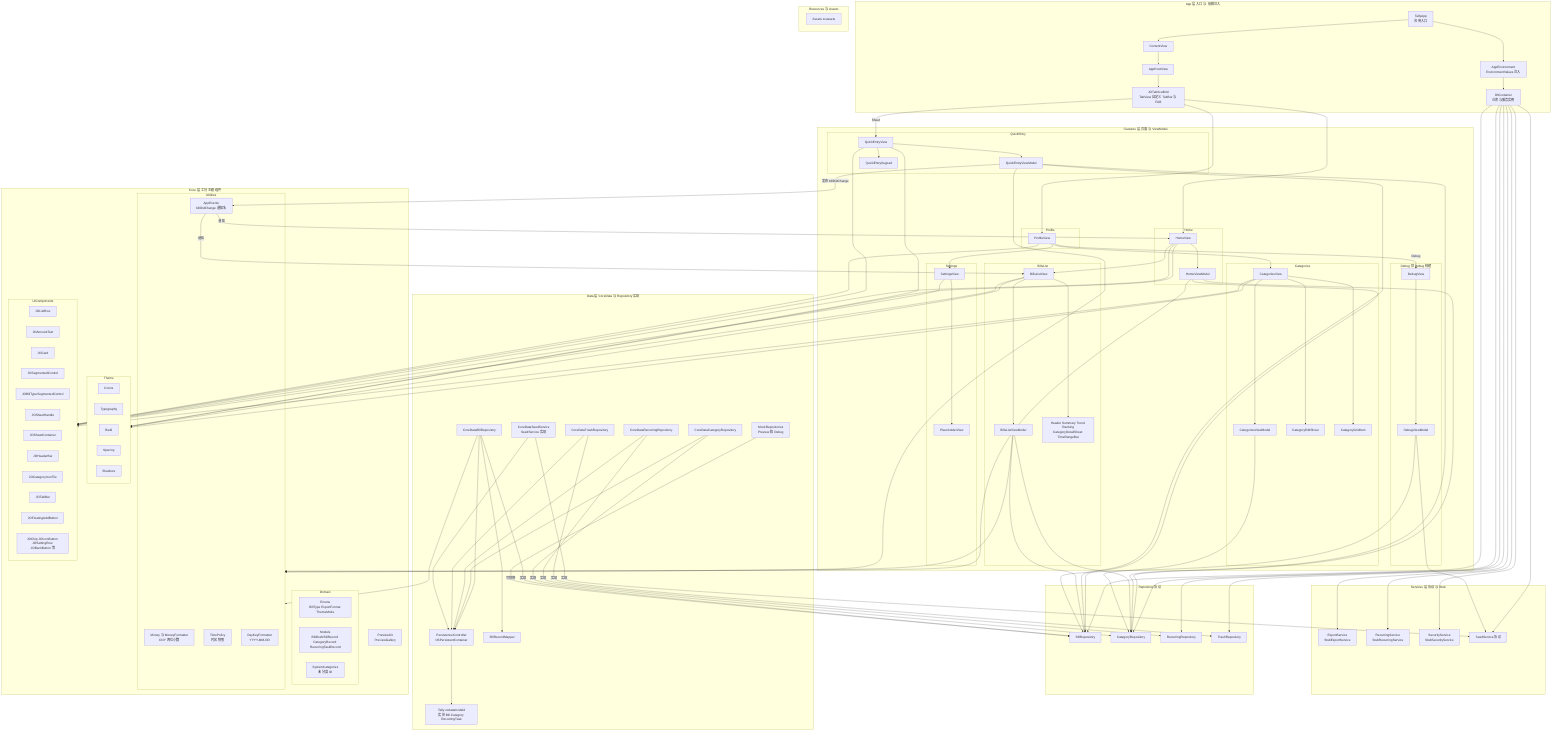
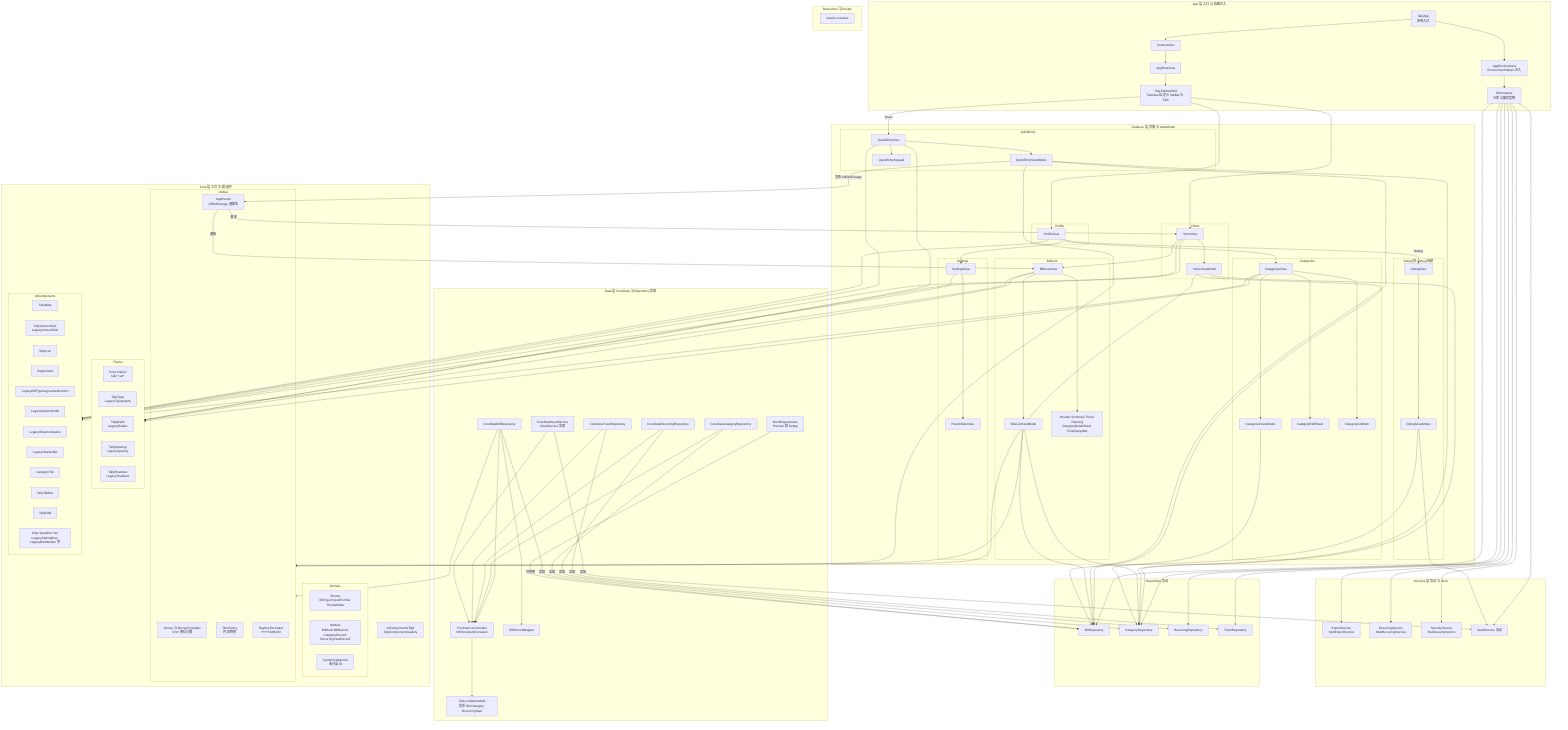
flowchart TB
  %% App 层
  subgraph AppLayer["App 层 入口 与 依赖注入"]
    App_TallyApp["TallyApp<br/>应用入口"]
    App_ContentView["ContentView"]
    App_AppRoot["AppRootView"]
-     App_TabScaffold["JOTabScaffold<br/>TabView 自定义 TabBar 与 FAB"]
+     App_TabScaffold["TallyTabScaffold<br/>TabView 自定义 TabBar 与 FAB"]
    App_AppEnv["AppEnvironment<br/>EnvironmentValues 注入"]
    App_DI["DIContainer<br/>仓库与服务实例"]
  end

  App_TallyApp --> App_ContentView --> App_AppRoot --> App_TabScaffold
  App_TallyApp --> App_AppEnv --> App_DI

  %% Features 层
  subgraph FeaturesLayer["Features 层 页面 与 ViewModel"]
    subgraph FeatureHome["Home"]
      Home_View["HomeView"]
      Home_VM["HomeViewModel"]
    end

    subgraph FeatureQuickEntry["QuickEntry"]
      QE_View["QuickEntryView"]
      QE_VM["QuickEntryViewModel"]
      QE_Keypad["QuickEntryKeypad"]
    end

    subgraph FeatureBillsList["BillsList"]
      BL_View["BillsListView"]
      BL_VM["BillsListViewModel"]
      BL_SubViews["Header Summary Trend Ranking<br/>CategoryDetailSheet TimeRangeBar"]
    end

    subgraph FeatureCategories["Categories"]
      Cat_View["CategoriesView"]
      Cat_VM["CategoriesViewModel"]
      Cat_Edit["CategoryEditSheet"]
      Cat_Grid["CategoryGridItem"]
    end

    subgraph FeatureProfile["Profile"]
      Profile_View["ProfileView"]
    end

    subgraph FeatureSettings["Settings"]
      Settings_View["SettingsView"]
      Placeholder_View["PlaceholderView"]
    end

    subgraph FeatureDebug["Debug 仅 Debug 构建"]
      Debug_View["DebugView"]
      Debug_VM["DebugViewModel"]
    end
  end

  %% 导航与 UI 流程
  App_TabScaffold --> Home_View
  App_TabScaffold --> Profile_View
  App_TabScaffold -->|Sheet| QE_View
  Home_View --> BL_View
  Profile_View --> Cat_View
  Profile_View --> Settings_View
  Settings_View --> Placeholder_View
  Profile_View -->|Debug| Debug_View

  Home_View --> Home_VM
  QE_View --> QE_VM
  QE_View --> QE_Keypad
  BL_View --> BL_VM
  BL_View --> BL_SubViews
  Cat_View --> Cat_VM
  Cat_View --> Cat_Edit
  Cat_View --> Cat_Grid
  Debug_View --> Debug_VM

  %% Services 层
  subgraph ServicesLayer["Services 层 协议 与 Stub"]
    S_Export["ExportService<br/>StubExportService"]
    S_Recurring["RecurringService<br/>StubRecurringService"]
    S_Security["SecurityService<br/>StubSecurityService"]
    S_Seed["SeedService 协议"]
  end

  App_DI --> S_Export
  App_DI --> S_Recurring
  App_DI --> S_Security
  App_DI --> S_Seed

  %% Repository 协议
  subgraph RepoProtocols["Repository 协议"]
    R_Bill["BillRepository"]
    R_Category["CategoryRepository"]
    R_Recurring["RecurringRepository"]
    R_Trash["TrashRepository"]
  end

  App_DI --> R_Bill
  App_DI --> R_Category
  App_DI --> R_Recurring
  App_DI --> R_Trash

  %% Data 层
  subgraph DataLayer["Data 层 CoreData 与 Repository 实现"]
    D_Persistence["PersistenceController<br/>NSPersistentContainer"]
    D_Model["Tally xcdatamodeld<br/>实体 Bill Category RecurringTask"]
    D_BillRepo["CoreDataBillRepository"]
    D_CategoryRepo["CoreDataCategoryRepository"]
    D_RecurringRepo["CoreDataRecurringRepository"]
    D_TrashRepo["CoreDataTrashRepository"]
    D_BillMapper["BillRecordMapper"]
    D_SeedImpl["CoreDataSeedService<br/>SeedService 实现"]
    D_MockRepos["MockRepositories<br/>Preview 和 Debug"]
  end

  D_BillRepo -->|实现| R_Bill
  D_CategoryRepo -->|实现| R_Category
  D_RecurringRepo -->|实现| R_Recurring
  D_TrashRepo -->|实现| R_Trash
  D_SeedImpl -->|实现| S_Seed
  D_MockRepos -->|可替换| R_Bill

  D_BillRepo --> D_Persistence
  D_CategoryRepo --> D_Persistence
  D_RecurringRepo --> D_Persistence
  D_TrashRepo --> D_Persistence
  D_Persistence --> D_Model
  D_BillRepo --> D_BillMapper
  D_SeedImpl --> D_Persistence

  %% Core 层
  subgraph CoreLayer["Core 层 工具 主题 组件"]
    subgraph CoreDomain["Domain"]
      C_Enums["Enums<br/>BillType ExportFormat ThemeMode"]
      C_Models["Models<br/>BillDraft BillRecord CategoryRecord RecurringTaskRecord"]
      C_SystemCat["SystemCategories<br/>未分类 ID"]
    end

    subgraph CoreUtilities["Utilities"]
      C_Money["Money 与 MoneyFormatter<br/>CNY 两位小数"]
      C_TimePolicy["TimePolicy<br/>时区快照"]
      C_DayKey["DayKeyFormatter<br/>YYYY-MM-DD"]
      C_AppEvents["AppEvents<br/>billDidChange 通知名"]
    end

    subgraph CoreTheme["Theme"]
-       C_Colors["Colors"]
-       C_Typography["Typography"]
-       C_Radii["Radii"]
-       C_Spacing["Spacing"]
-       C_Shadows["Shadows"]
+       C_Colors["Color tokens<br/>tally* cat*"]
+       C_Typography["TallyType<br/>LegacyTypography"]
+       C_Radii["TallyRadii<br/>LegacyRadius"]
+       C_Spacing["TallySpacing<br/>LegacySpacing"]
+       C_Shadows["TallyShadows<br/>LegacyShadows"]
    end

    subgraph CoreComponents["UIComponents"]
-       C_ListRow["JOListRow"]
-       C_AmountText["JOAmountText"]
-       C_Card["JOCard"]
-       C_Segmented["JOSegmentedControl"]
-       C_BillTypeSeg["JOBillTypeSegmentedControl"]
-       C_SheetHandle["JOSheetHandle"]
-       C_SheetContainer["JOSheetContainer"]
-       C_HeaderBar["JOHeaderBar"]
-       C_CategoryTile["JOCategoryIconTile"]
-       C_TabBar["JOTabBar"]
-       C_FAB["JOFloatingAddButton"]
-       C_Other["JOChip JOIconButton JOSettingRow JOBackButton 等"]
-     end
- 
-     CorePreview["PreviewKit<br/>PreviewGallery"]
+       C_Mark["TallyMark"]
+       C_AmountText["TallyAmountText<br/>LegacyAmountText"]
+       C_Icon["TallyIcon"]
+       C_Segmented["Segmented"]
+       C_BillTypeSeg["LegacyBillTypeSegmentedControl"]
+       C_SheetHandle["LegacySheetHandle"]
+       C_SheetContainer["LegacySheetContainer"]
+       C_HeaderBar["LegacyHeaderBar"]
+       C_CategoryTile["CategoryTile"]
+       C_TabBar["TallyTabBar"]
+       C_FAB["TallyFAB"]
+       C_Other["Chip Sparkline Yen<br/>LegacySettingRow LegacyBackButton 等"]
+     end
+ 
+     CorePreview["UIComponents/Tally<br/>TallyComponentsGallery"]
  end

  %% 资源
  subgraph Resources["Resources 与 Assets"]
    Assets["Assets xcassets"]
  end

  %% Feature 依赖 Repository 与 Service
  Home_VM --> R_Bill
  Home_VM --> R_Category
  QE_VM --> R_Bill
  QE_VM --> R_Category
  BL_VM --> R_Bill
  BL_VM --> R_Category
  Cat_VM --> R_Category
  Debug_VM --> R_Bill
  Debug_VM --> S_Seed

  %% Feature 依赖 Core
  Home_View --> CoreComponents
  QE_View --> CoreComponents
  BL_View --> CoreComponents
  Cat_View --> CoreComponents
  Settings_View --> CoreComponents
  Profile_View --> CoreComponents

  Home_View --> CoreTheme
  QE_View --> CoreTheme
  BL_View --> CoreTheme
  Cat_View --> CoreTheme

  Home_VM --> CoreUtilities
  QE_VM --> CoreUtilities
  BL_VM --> CoreUtilities
  D_BillRepo --> CoreUtilities

  %% AppEvents 通知流
  QE_VM -->|发布 billDidChange| C_AppEvents
  C_AppEvents -->|通知| Home_View
  C_AppEvents -->|通知| BL_View
